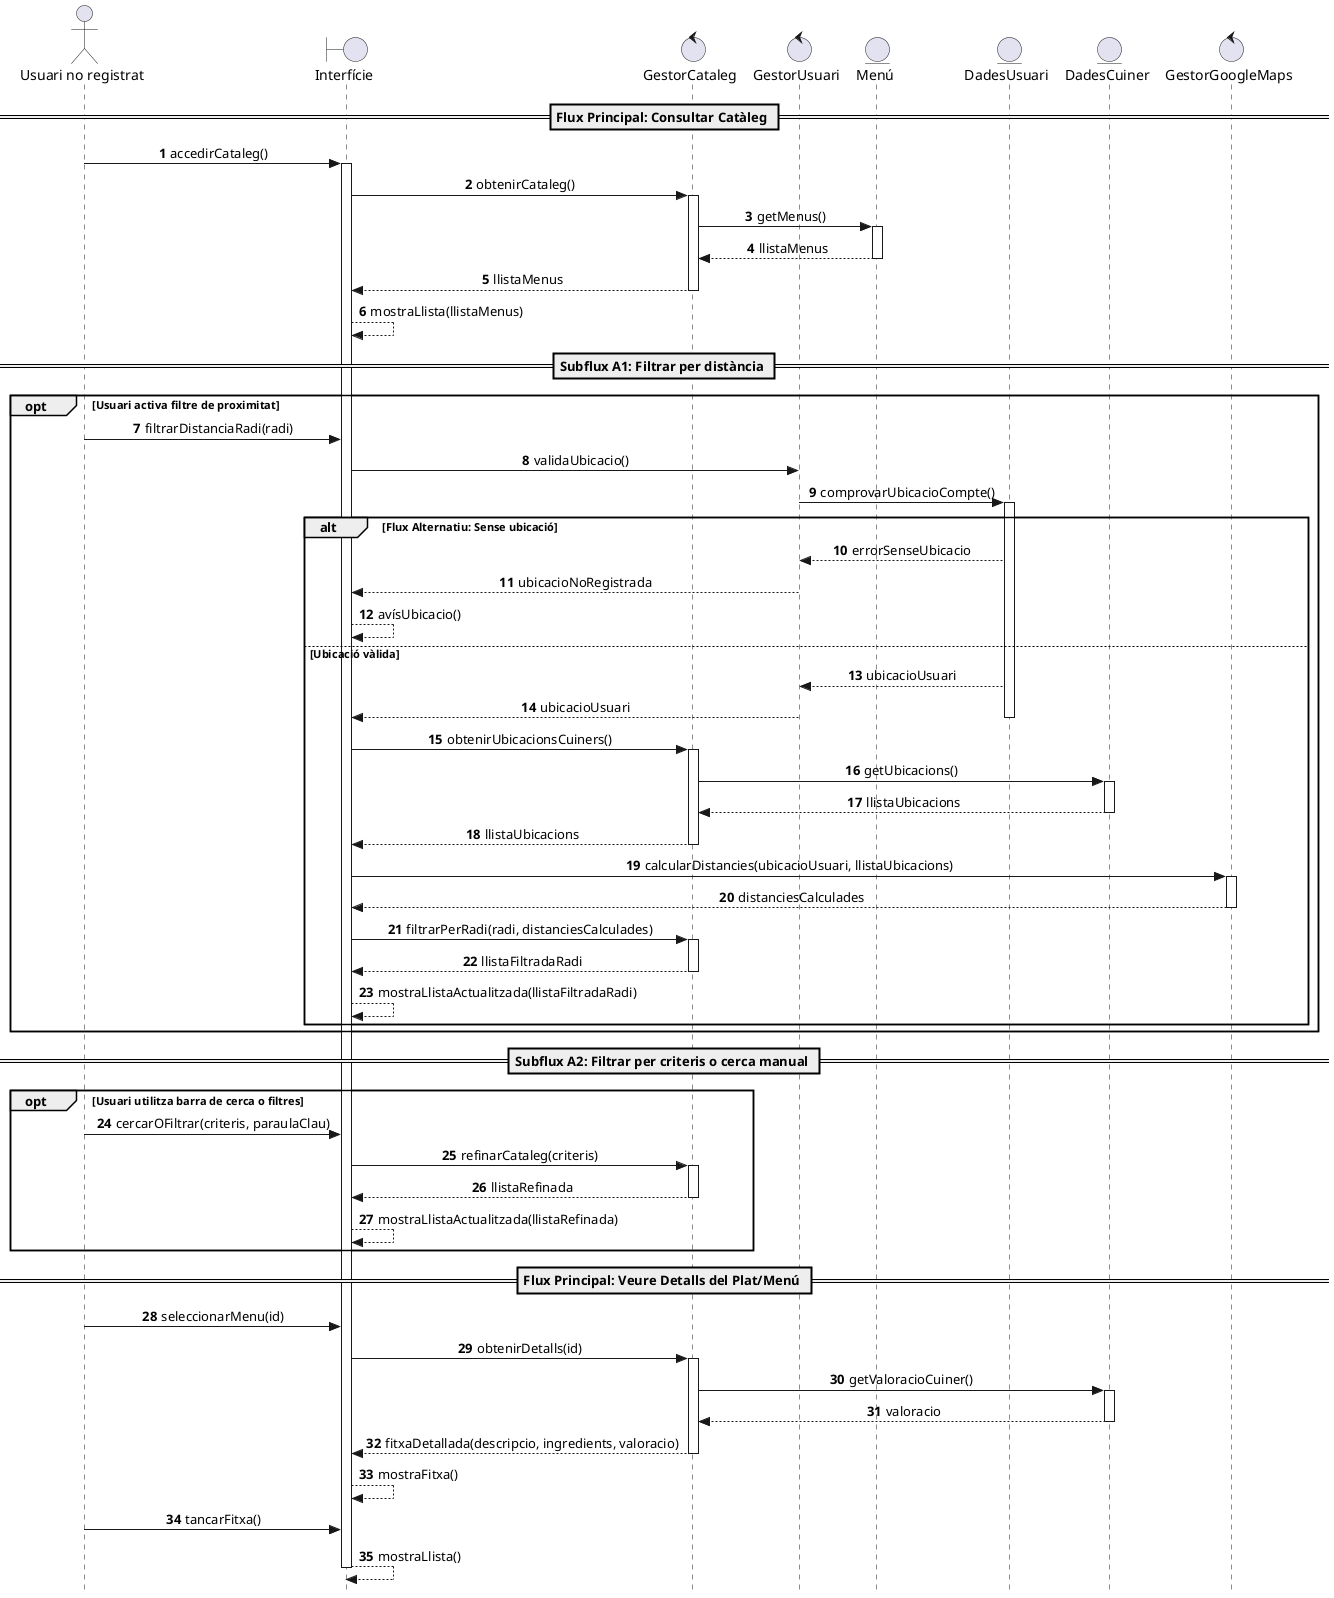
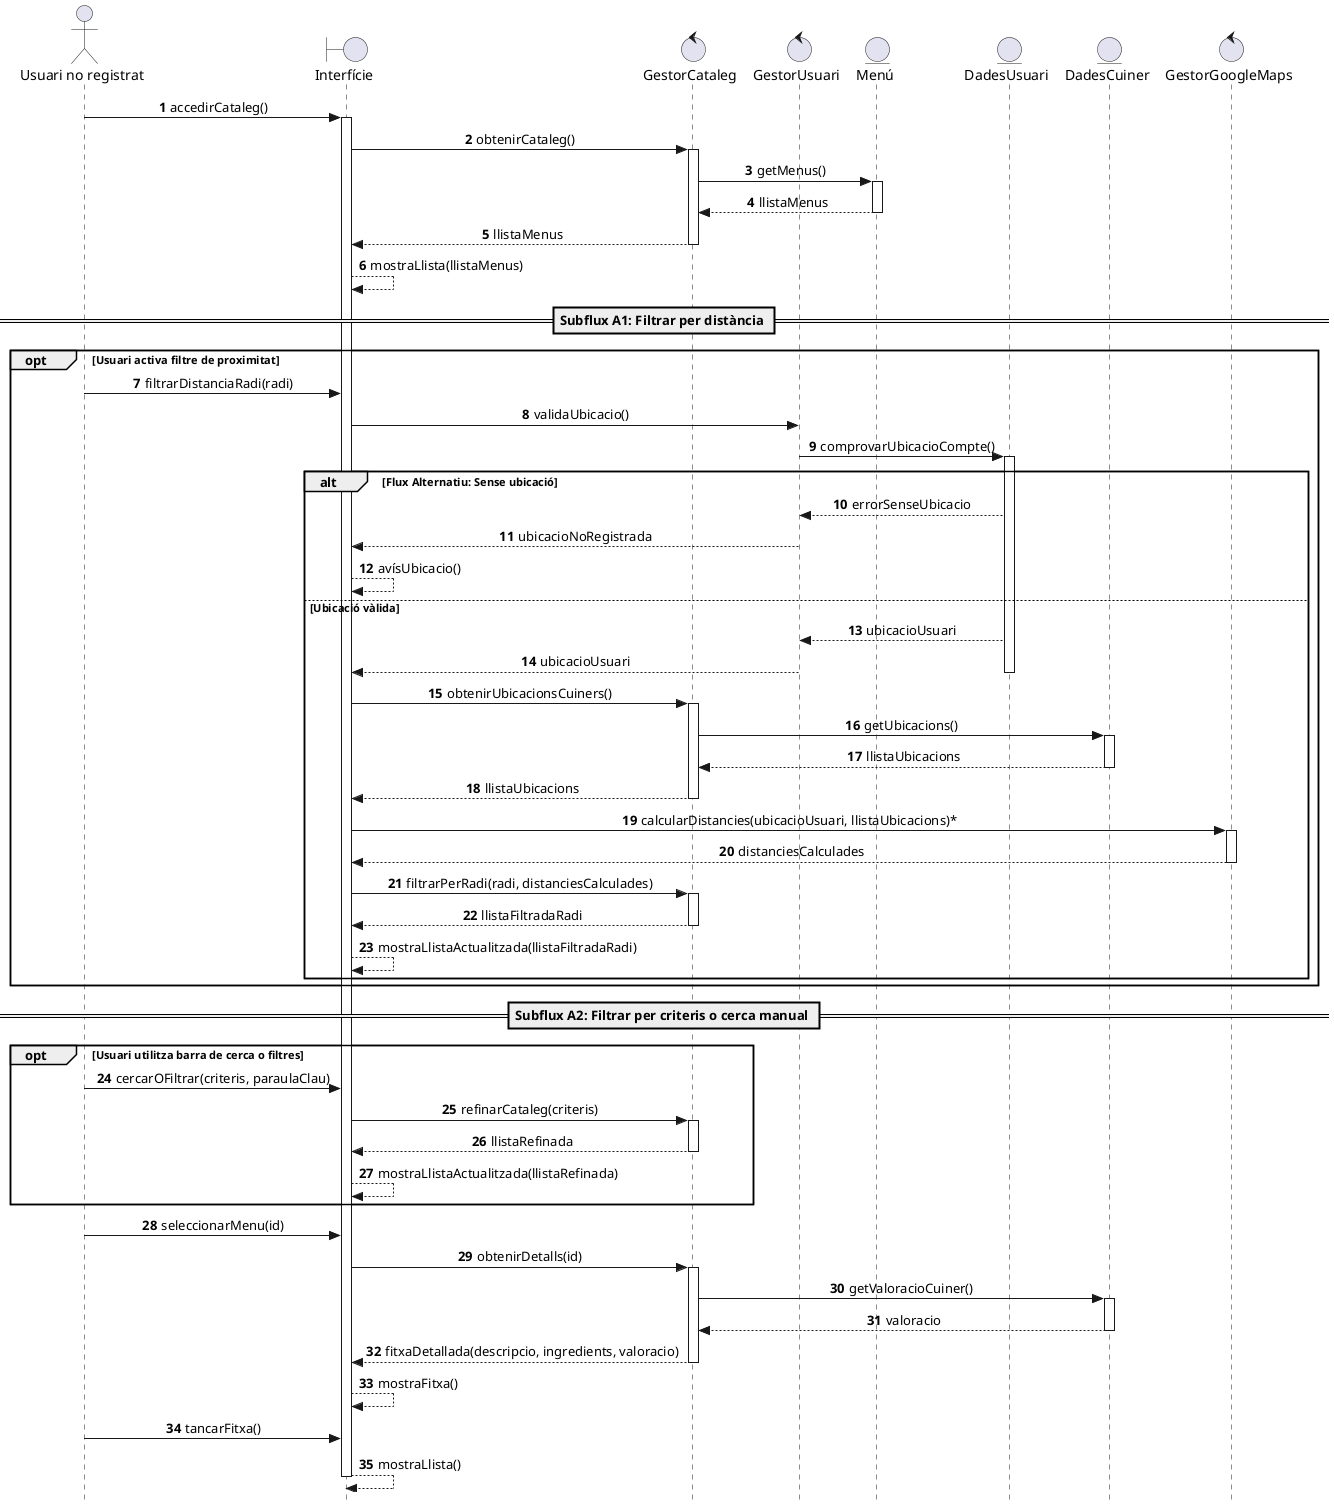
@startuml
autonumber
skinparam style strictuml
skinparam SequenceMessageAlign center

actor "Usuari no registrat" as UNR
boundary "Interfície" as Interf
control "GestorCataleg" as GestorCat
control "GestorUsuari" as GestorUs
entity "Menú" as Menu
entity "DadesUsuari" as DadesUsuari
entity "DadesCuiner" as DadesCuiner
control "GestorGoogleMaps" as Gmaps

- == Flux Principal: Consultar Catàleg ==

UNR -> Interf: accedirCataleg()
activate Interf

Interf -> GestorCat: obtenirCataleg()
activate GestorCat

GestorCat -> Menu: getMenus()
activate Menu
Menu --> GestorCat: llistaMenus
deactivate Menu

GestorCat --> Interf: llistaMenus
deactivate GestorCat

Interf --> Interf: mostraLlista(llistaMenus)

== Subflux A1: Filtrar per distància ==

opt Usuari activa filtre de proximitat
    UNR -> Interf: filtrarDistanciaRadi(radi)
    Interf -> GestorUs: validaUbicacio()
    GestorUs -> DadesUsuari: comprovarUbicacioCompte()
    activate DadesUsuari

    alt Flux Alternatiu: Sense ubicació
        DadesUsuari --> GestorUs: errorSenseUbicacio
        GestorUs --> Interf: ubicacioNoRegistrada
        Interf --> Interf: avísUbicacio()
    else Ubicació vàlida
        DadesUsuari --> GestorUs: ubicacioUsuari
        GestorUs --> Interf: ubicacioUsuari
        deactivate DadesUsuari

        Interf -> GestorCat: obtenirUbicacionsCuiners()
        activate GestorCat

        GestorCat -> DadesCuiner: getUbicacions()
        activate DadesCuiner
        DadesCuiner --> GestorCat: llistaUbicacions
        deactivate DadesCuiner

        GestorCat --> Interf: llistaUbicacions
        deactivate GestorCat

-         Interf -> Gmaps: calcularDistancies(ubicacioUsuari, llistaUbicacions)
+         Interf -> Gmaps: calcularDistancies(ubicacioUsuari, llistaUbicacions)*
        activate Gmaps
        Gmaps --> Interf: distanciesCalculades
        deactivate Gmaps

        Interf -> GestorCat: filtrarPerRadi(radi, distanciesCalculades)
        activate GestorCat
        GestorCat --> Interf: llistaFiltradaRadi
        deactivate GestorCat

        Interf --> Interf: mostraLlistaActualitzada(llistaFiltradaRadi)
    end
end

== Subflux A2: Filtrar per criteris o cerca manual ==

opt Usuari utilitza barra de cerca o filtres
    UNR -> Interf: cercarOFiltrar(criteris, paraulaClau)

    Interf -> GestorCat: refinarCataleg(criteris)
    activate GestorCat
    GestorCat --> Interf: llistaRefinada
    deactivate GestorCat

    Interf --> Interf: mostraLlistaActualitzada(llistaRefinada)
end

- == Flux Principal: Veure Detalls del Plat/Menú ==
- 
UNR -> Interf: seleccionarMenu(id)

Interf -> GestorCat: obtenirDetalls(id)
activate GestorCat

GestorCat -> DadesCuiner: getValoracioCuiner()
activate DadesCuiner
DadesCuiner --> GestorCat: valoracio
deactivate DadesCuiner

GestorCat --> Interf: fitxaDetallada(descripcio, ingredients, valoracio)
deactivate GestorCat

Interf --> Interf: mostraFitxa()

UNR -> Interf: tancarFitxa()
Interf --> Interf: mostraLlista()
deactivate Interf

@enduml
